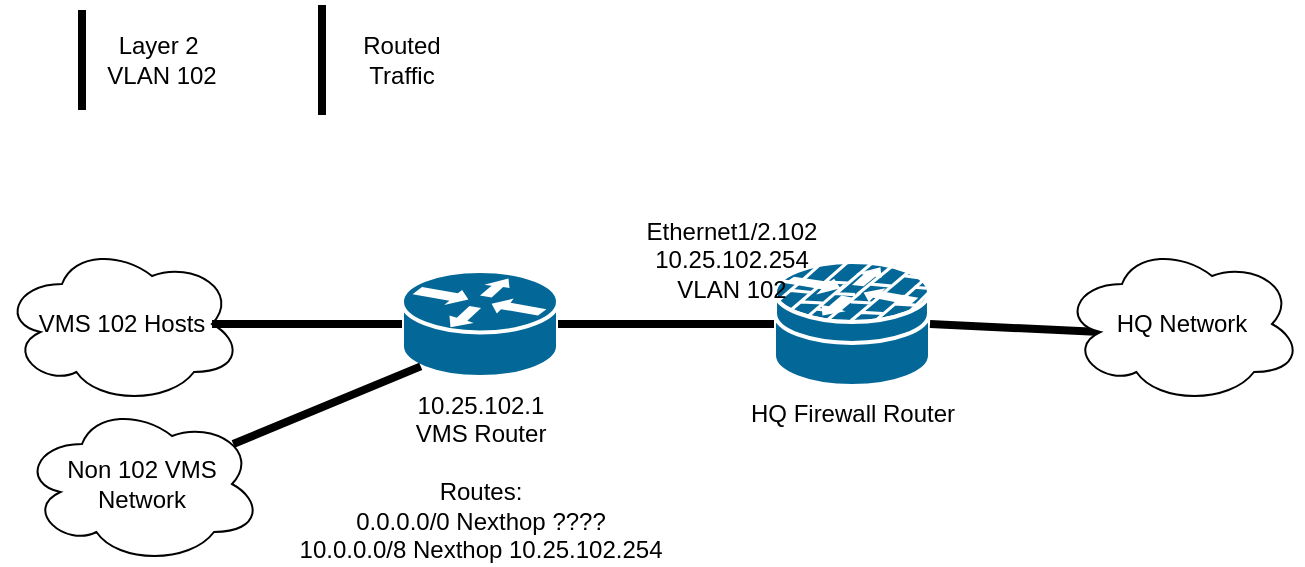
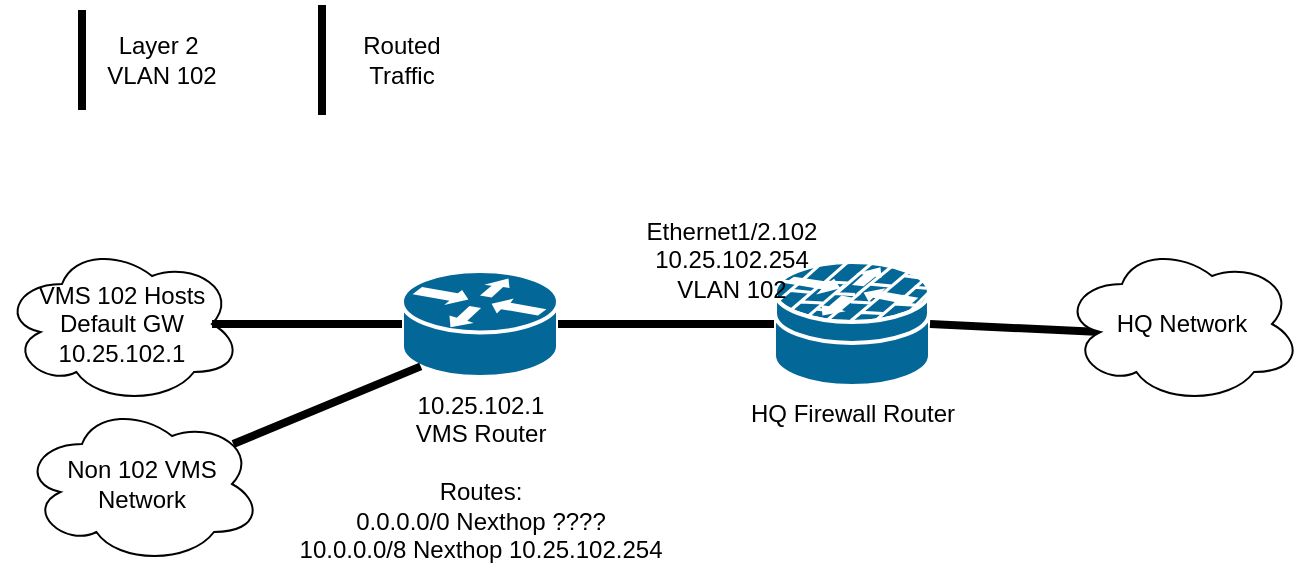
<mxfile host="app.diagrams.net">
  <diagram name="Page-1" id="4S8Gl4sf2LsPPyjwvW3X">
    <mxGraphModel dx="1400" dy="729" grid="1" gridSize="10" guides="1" tooltips="1" connect="1" arrows="1" fold="1" page="1" pageScale="1" pageWidth="850" pageHeight="1100" math="0" shadow="0">
      <root>
        <mxCell id="0" />
        <mxCell id="1" parent="0" />
        <mxCell id="08-S4UHzcj1Pybimo4jH-1" parent="1" style="strokeColor=#ffffff;sketch=0;html=1;pointerEvents=1;dashed=0;fillColor=#036897;strokeWidth=2;verticalLabelPosition=bottom;verticalAlign=top;align=center;outlineConnect=0;shape=mxgraph.cisco.routers.router;" value="10.25.102.1&lt;div&gt;VMS Router&lt;/div&gt;&lt;div&gt;&lt;br&gt;&lt;/div&gt;&lt;div&gt;Routes:&lt;/div&gt;&lt;div&gt;0.0.0.0/0 Nexthop ????&lt;/div&gt;&lt;div&gt;10.0.0.0/8 Nexthop 10.25.102.254&lt;/div&gt;" vertex="1">
          <mxGeometry height="53" width="78" x="200" y="280.5" as="geometry" />
        </mxCell>
        <mxCell id="08-S4UHzcj1Pybimo4jH-2" parent="1" style="shape=mxgraph.cisco.security.router_firewall;sketch=0;html=1;pointerEvents=1;dashed=0;fillColor=#036897;strokeColor=#ffffff;strokeWidth=2;verticalLabelPosition=bottom;verticalAlign=top;align=center;outlineConnect=0;" value="&lt;div&gt;HQ Firewall Router&lt;/div&gt;" vertex="1">
          <mxGeometry height="62" width="78" x="386" y="276" as="geometry" />
        </mxCell>
        <mxCell id="08-S4UHzcj1Pybimo4jH-4" edge="1" parent="1" source="08-S4UHzcj1Pybimo4jH-1" style="endArrow=none;html=1;rounded=0;entryX=0;entryY=0.5;entryDx=0;entryDy=0;entryPerimeter=0;exitX=1;exitY=0.5;exitDx=0;exitDy=0;exitPerimeter=0;strokeColor=light-dark(#000000,#9999FF);strokeWidth=4;align=center;verticalAlign=middle;fontFamily=Helvetica;fontSize=11;fontColor=default;labelBackgroundColor=default;" target="08-S4UHzcj1Pybimo4jH-2" value="">
          <mxGeometry height="50" relative="1" width="50" as="geometry">
            <mxPoint x="330" y="307" as="sourcePoint" />
            <mxPoint x="290" y="290.5" as="targetPoint" />
          </mxGeometry>
        </mxCell>
        <mxCell id="08-S4UHzcj1Pybimo4jH-6" parent="1" style="text;html=1;whiteSpace=wrap;strokeColor=none;fillColor=none;align=center;verticalAlign=middle;rounded=0;" value="&lt;div&gt;Ethernet1/2.102&lt;/div&gt;10.25.102.254&lt;div&gt;VLAN 102&lt;/div&gt;" vertex="1">
          <mxGeometry height="70" width="120" x="305" y="240" as="geometry" />
        </mxCell>
-         <mxCell id="08-S4UHzcj1Pybimo4jH-7" parent="1" style="ellipse;shape=cloud;whiteSpace=wrap;html=1;" value="VMS 102 Hosts" vertex="1">
+         <mxCell id="08-S4UHzcj1Pybimo4jH-7" parent="1" style="ellipse;shape=cloud;whiteSpace=wrap;html=1;" value="VMS 102 Hosts&lt;div&gt;Default GW 10.25.102.1&lt;/div&gt;" vertex="1">
          <mxGeometry height="80" width="120" y="267" as="geometry" />
        </mxCell>
        <mxCell id="08-S4UHzcj1Pybimo4jH-8" edge="1" parent="1" source="08-S4UHzcj1Pybimo4jH-7" style="endArrow=none;html=1;rounded=0;entryX=0;entryY=0.5;entryDx=0;entryDy=0;entryPerimeter=0;exitX=0.875;exitY=0.5;exitDx=0;exitDy=0;exitPerimeter=0;strokeWidth=4;strokeColor=light-dark(#000000,#9999FF);" target="08-S4UHzcj1Pybimo4jH-1" value="">
          <mxGeometry height="50" relative="1" width="50" as="geometry">
            <mxPoint x="290" y="458.5" as="sourcePoint" />
            <mxPoint x="290" y="290.5" as="targetPoint" />
          </mxGeometry>
        </mxCell>
        <mxCell id="08-S4UHzcj1Pybimo4jH-9" edge="1" parent="1" source="08-S4UHzcj1Pybimo4jH-10" style="endArrow=none;html=1;rounded=0;entryX=1;entryY=0.5;entryDx=0;entryDy=0;entryPerimeter=0;exitX=0.16;exitY=0.55;exitDx=0;exitDy=0;exitPerimeter=0;strokeWidth=4;strokeColor=light-dark(#000000,#66FFB3);" target="08-S4UHzcj1Pybimo4jH-2" value="">
          <mxGeometry height="50" relative="1" width="50" as="geometry">
            <mxPoint x="600" y="300" as="sourcePoint" />
            <mxPoint x="430" y="290.5" as="targetPoint" />
          </mxGeometry>
        </mxCell>
        <mxCell id="08-S4UHzcj1Pybimo4jH-10" parent="1" style="ellipse;shape=cloud;whiteSpace=wrap;html=1;" value="HQ Network" vertex="1">
          <mxGeometry height="80" width="120" x="530" y="267" as="geometry" />
        </mxCell>
        <mxCell id="08-S4UHzcj1Pybimo4jH-11" edge="1" parent="1" style="endArrow=none;html=1;rounded=0;exitX=0.875;exitY=0.5;exitDx=0;exitDy=0;exitPerimeter=0;strokeWidth=4;strokeColor=light-dark(#000000,#9999FF);" value="">
          <mxGeometry height="50" relative="1" width="50" as="geometry">
            <mxPoint x="40" y="200" as="sourcePoint" />
            <mxPoint x="40" y="150" as="targetPoint" />
          </mxGeometry>
        </mxCell>
        <mxCell id="08-S4UHzcj1Pybimo4jH-12" parent="1" style="text;html=1;whiteSpace=wrap;strokeColor=none;fillColor=none;align=center;verticalAlign=middle;rounded=0;" value="Layer 2&amp;nbsp;&lt;div&gt;VLAN 102&lt;/div&gt;" vertex="1">
          <mxGeometry height="30" width="60" x="50" y="160" as="geometry" />
        </mxCell>
        <mxCell id="08-S4UHzcj1Pybimo4jH-13" edge="1" parent="1" style="endArrow=none;html=1;rounded=0;strokeWidth=4;strokeColor=light-dark(#000000,#66FFB3);" value="">
          <mxGeometry height="50" relative="1" width="50" as="geometry">
            <mxPoint x="160" y="147.5" as="sourcePoint" />
            <mxPoint x="160" y="202.5" as="targetPoint" />
          </mxGeometry>
        </mxCell>
        <mxCell id="08-S4UHzcj1Pybimo4jH-14" parent="1" style="text;html=1;whiteSpace=wrap;strokeColor=none;fillColor=none;align=center;verticalAlign=middle;rounded=0;" value="Routed Traffic" vertex="1">
          <mxGeometry height="30" width="60" x="170" y="160" as="geometry" />
        </mxCell>
        <mxCell id="08-S4UHzcj1Pybimo4jH-15" edge="1" parent="1" source="08-S4UHzcj1Pybimo4jH-1" style="endArrow=none;html=1;rounded=0;strokeWidth=4;strokeColor=light-dark(#000000,#66FFB3);exitX=0.12;exitY=0.9;exitDx=0;exitDy=0;exitPerimeter=0;entryX=0.88;entryY=0.25;entryDx=0;entryDy=0;entryPerimeter=0;" target="08-S4UHzcj1Pybimo4jH-16" value="">
          <mxGeometry height="50" relative="1" width="50" as="geometry">
            <mxPoint x="700" y="660" as="sourcePoint" />
            <mxPoint x="130" y="370" as="targetPoint" />
          </mxGeometry>
        </mxCell>
        <mxCell id="08-S4UHzcj1Pybimo4jH-16" parent="1" style="ellipse;shape=cloud;whiteSpace=wrap;html=1;" value="Non 102 VMS Network" vertex="1">
          <mxGeometry height="80" width="120" x="10" y="347" as="geometry" />
        </mxCell>
      </root>
    </mxGraphModel>
  </diagram>
</mxfile>
